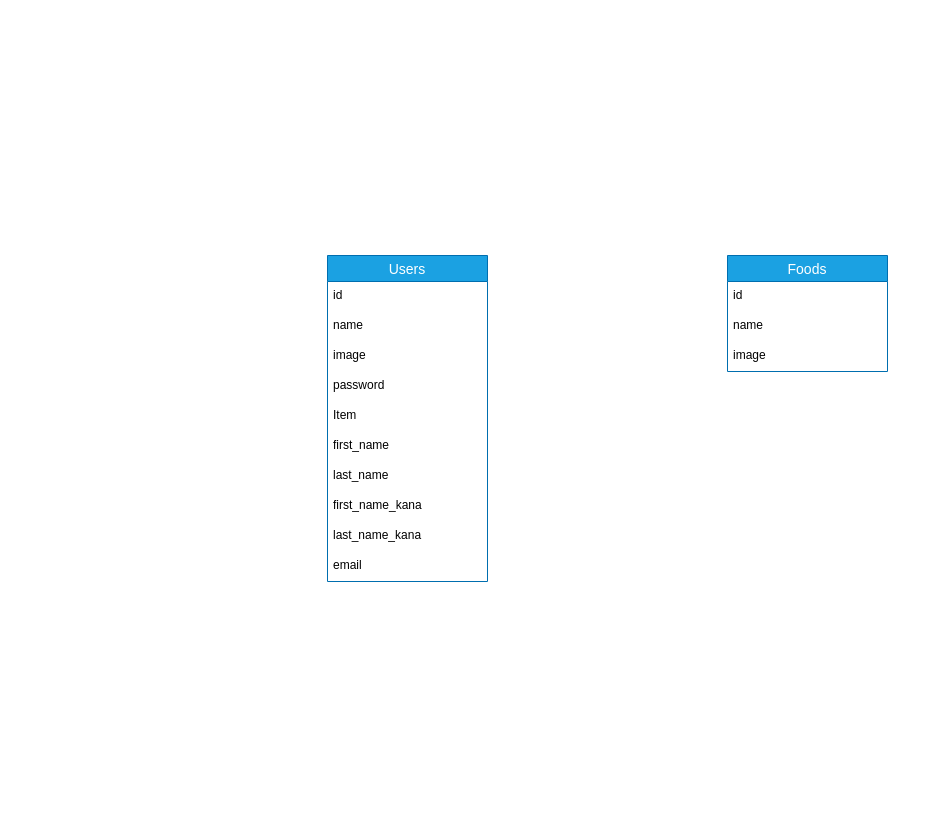
Before: DB.dio in kiiii8r/Cooking_memo, a draw.io diagram. Source tidied: cells renumbered, new cells numbered last; positions are measured from the earlier drawing's top-left corner, leaving out a move shared by most shapes. Both pictures are drawn from the tidied source at 100%, with x=0, y=0 at pixel (327, 255).
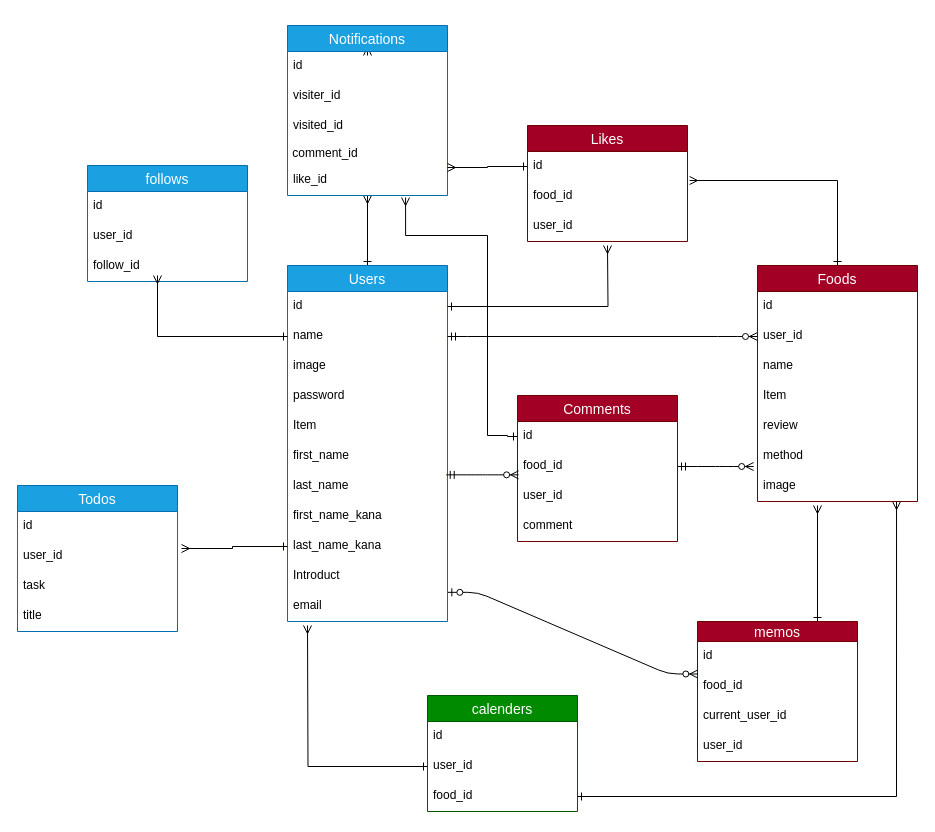
The same page after the edit.

Unchanged cells that the change refers to:
```xml
<mxCell id="9" value="last_name" style="text;strokeColor=none;fillColor=none;spacingLeft=4;spacingRight=4;overflow=hidden;points=[[0,0.5],[1,0.5]];portConstraint=eastwest;fontSize=12;" parent="2" vertex="1">
  <mxGeometry y="206" width="160" height="30" as="geometry" />
</mxCell>
<mxCell id="11" value="last_name_kana" style="text;strokeColor=none;fillColor=none;spacingLeft=4;spacingRight=4;overflow=hidden;points=[[0,0.5],[1,0.5]];portConstraint=eastwest;fontSize=12;" parent="2" vertex="1">
  <mxGeometry y="266" width="160" height="30" as="geometry" />
</mxCell>
```

Change to the diagram source:
```diff
@@
+    <mxCell id="17" style="edgeStyle=orthogonalEdgeStyle;rounded=0;jettySize=auto;html=1;exitX=0.5;exitY=0;exitDx=0;exitDy=0;entryX=0.5;entryY=1;entryDx=0;entryDy=0;entryPerimeter=0;startArrow=ERone;startFill=0;endArrow=ERmany;endFill=0;" parent="1" edge="1" source="2" target="53">
+      <mxGeometry relative="1" as="geometry" />
+    </mxCell>
     <mxCell id="2" value="Users" style="swimlane;fontStyle=0;horizontal=1;startSize=26;align=center;fontSize=14;fillColor=#1ba1e2;strokeColor=#006EAF;fontColor=#ffffff;" parent="1" vertex="1">
-      <mxGeometry width="160" height="326" as="geometry" />
+      <mxGeometry x="-40" y="10" width="160" height="356" as="geometry" />
     </mxCell>
-    <mxCell id="3" value="id" style="text;strokeColor=none;fillColor=none;spacingLeft=4;spacingRight=4;overflow=hidden;fontSize=12;" parent="2" vertex="1">
-      <mxGeometry y="26" width="160" height="30" as="geometry" />
-    </mxCell>
-    <mxCell id="4" value="name" style="text;strokeColor=none;fillColor=none;spacingLeft=4;spacingRight=4;overflow=hidden;fontSize=12;" parent="2" vertex="1">
-      <mxGeometry y="56" width="160" height="30" as="geometry" />
-    </mxCell>
-    <mxCell id="5" value="image" style="text;strokeColor=none;fillColor=none;spacingLeft=4;spacingRight=4;overflow=hidden;fontSize=12;" parent="2" vertex="1">
-      <mxGeometry y="86" width="160" height="30" as="geometry" />
-    </mxCell>
+    <mxCell id="18" value="id" style="text;strokeColor=none;fillColor=none;spacingLeft=4;spacingRight=4;overflow=hidden;points=[[0,0.5],[1,0.5]];portConstraint=eastwest;fontSize=12;" parent="2" vertex="1">
+      <mxGeometry y="26" width="160" height="30" as="geometry" />
+    </mxCell>
+    <mxCell id="19" value="name" style="text;strokeColor=none;fillColor=none;spacingLeft=4;spacingRight=4;overflow=hidden;points=[[0,0.5],[1,0.5]];portConstraint=eastwest;fontSize=12;" parent="2" vertex="1">
+      <mxGeometry y="56" width="160" height="30" as="geometry" />
+    </mxCell>
+    <mxCell id="20" value="image" style="text;strokeColor=none;fillColor=none;spacingLeft=4;spacingRight=4;overflow=hidden;fontSize=12;" parent="2" vertex="1">
+      <mxGeometry y="86" width="160" height="30" as="geometry" />
+    </mxCell>
@@
+    <mxCell id="21" value="Introduct" style="text;strokeColor=none;fillColor=none;spacingLeft=4;spacingRight=4;overflow=hidden;fontSize=12;" parent="2" vertex="1">
+      <mxGeometry y="296" width="160" height="30" as="geometry" />
+    </mxCell>
     <mxCell id="12" value="email" style="text;strokeColor=none;fillColor=none;spacingLeft=4;spacingRight=4;overflow=hidden;points=[[0,0.5],[1,0.5]];portConstraint=eastwest;fontSize=12;" parent="2" vertex="1">
-      <mxGeometry y="296" width="160" height="30" as="geometry" />
+      <mxGeometry y="326" width="160" height="30" as="geometry" />
     </mxCell>
+    <mxCell id="22" style="edgeStyle=orthogonalEdgeStyle;rounded=0;jettySize=auto;html=1;exitX=0.5;exitY=0;exitDx=0;exitDy=0;entryX=1.013;entryY=-0.033;entryDx=0;entryDy=0;entryPerimeter=0;startArrow=ERone;startFill=0;endArrow=ERmany;endFill=0;" parent="1" edge="1" source="13" target="56">
+      <mxGeometry relative="1" as="geometry">
+        <Array as="points">
+          <mxPoint x="510" y="-75" />
+        </Array>
+      </mxGeometry>
+    </mxCell>
-    <mxCell id="13" value="Foods" style="swimlane;fontStyle=0;horizontal=1;startSize=26;align=center;fontSize=14;fillColor=#1ba1e2;strokeColor=#006EAF;fontColor=#ffffff;" parent="1" vertex="1">
-      <mxGeometry x="400" width="160" height="116" as="geometry" />
+    <mxCell id="13" value="Foods" style="swimlane;fontStyle=0;horizontal=1;startSize=26;align=center;fontSize=14;fillColor=#a20025;strokeColor=#6F0000;fontColor=#ffffff;" parent="1" vertex="1">
+      <mxGeometry x="430" y="10" width="160" height="236" as="geometry" />
     </mxCell>
-    <mxCell id="14" value="id" style="text;strokeColor=none;fillColor=none;spacingLeft=4;spacingRight=4;overflow=hidden;fontSize=12;" parent="13" vertex="1">
-      <mxGeometry y="26" width="160" height="30" as="geometry" />
-    </mxCell>
-    <mxCell id="15" value="name" style="text;strokeColor=none;fillColor=none;spacingLeft=4;spacingRight=4;overflow=hidden;fontSize=12;" parent="13" vertex="1">
-      <mxGeometry y="56" width="160" height="30" as="geometry" />
-    </mxCell>
-    <mxCell id="16" value="image" style="text;strokeColor=none;fillColor=none;spacingLeft=4;spacingRight=4;overflow=hidden;fontSize=12;" parent="13" vertex="1">
-      <mxGeometry y="86" width="160" height="30" as="geometry" />
-    </mxCell>
+    <mxCell id="23" value="id" style="text;strokeColor=none;fillColor=none;spacingLeft=4;spacingRight=4;overflow=hidden;fontSize=12;" parent="13" vertex="1">
+      <mxGeometry y="26" width="160" height="30" as="geometry" />
+    </mxCell>
+    <mxCell id="24" value="user_id" style="text;strokeColor=none;fillColor=none;spacingLeft=4;spacingRight=4;overflow=hidden;points=[[0,0.5],[1,0.5]];portConstraint=eastwest;fontSize=12;" parent="13" vertex="1">
+      <mxGeometry y="56" width="160" height="30" as="geometry" />
+    </mxCell>
+    <mxCell id="25" value="name" style="text;strokeColor=none;fillColor=none;spacingLeft=4;spacingRight=4;overflow=hidden;fontSize=12;" parent="13" vertex="1">
+      <mxGeometry y="86" width="160" height="30" as="geometry" />
+    </mxCell>
+    <mxCell id="26" value="Item" style="text;strokeColor=none;fillColor=none;spacingLeft=4;spacingRight=4;overflow=hidden;fontSize=12;" parent="13" vertex="1">
+      <mxGeometry y="116" width="160" height="30" as="geometry" />
+    </mxCell>
+    <mxCell id="27" value="review" style="text;strokeColor=none;fillColor=none;spacingLeft=4;spacingRight=4;overflow=hidden;fontSize=12;" parent="13" vertex="1">
+      <mxGeometry y="146" width="160" height="30" as="geometry" />
+    </mxCell>
+    <mxCell id="28" value="method" style="text;strokeColor=none;fillColor=none;spacingLeft=4;spacingRight=4;overflow=hidden;points=[[0,0.5],[1,0.5]];portConstraint=eastwest;fontSize=12;" parent="13" vertex="1">
+      <mxGeometry y="176" width="160" height="30" as="geometry" />
+    </mxCell>
+    <mxCell id="29" value="image" style="text;strokeColor=none;fillColor=none;spacingLeft=4;spacingRight=4;overflow=hidden;points=[[0,0.5],[1,0.5]];portConstraint=eastwest;fontSize=12;" parent="13" vertex="1">
+      <mxGeometry y="206" width="160" height="30" as="geometry" />
+    </mxCell>
+    <mxCell id="30" style="edgeStyle=orthogonalEdgeStyle;rounded=0;jettySize=auto;html=1;exitX=0;exitY=0.5;exitDx=0;exitDy=0;startArrow=ERone;startFill=0;endArrow=ERmany;endFill=0;entryX=0.738;entryY=1.067;entryDx=0;entryDy=0;entryPerimeter=0;" parent="1" edge="1" source="32" target="53">
+      <mxGeometry relative="1" as="geometry">
+        <Array as="points">
+          <mxPoint x="180" y="181" />
+          <mxPoint x="180" y="180" />
+          <mxPoint x="160" y="180" />
+          <mxPoint x="160" y="-20" />
+          <mxPoint x="78" y="-20" />
+        </Array>
+      </mxGeometry>
+    </mxCell>
+    <mxCell id="31" value="Comments" style="swimlane;fontStyle=0;horizontal=1;startSize=26;align=center;fontSize=14;fillColor=#a20025;strokeColor=#6F0000;fontColor=#ffffff;" parent="1" vertex="1">
+      <mxGeometry x="190" y="140" width="160" height="146" as="geometry" />
+    </mxCell>
+    <mxCell id="32" value="id" style="text;strokeColor=none;fillColor=none;spacingLeft=4;spacingRight=4;overflow=hidden;points=[[0,0.5],[1,0.5]];portConstraint=eastwest;fontSize=12;" parent="31" vertex="1">
+      <mxGeometry y="26" width="160" height="30" as="geometry" />
+    </mxCell>
+    <mxCell id="33" value="food_id" style="text;strokeColor=none;fillColor=none;spacingLeft=4;spacingRight=4;overflow=hidden;points=[[0,0.5],[1,0.5]];portConstraint=eastwest;fontSize=12;" parent="31" vertex="1">
+      <mxGeometry y="56" width="160" height="30" as="geometry" />
+    </mxCell>
+    <mxCell id="34" value="user_id" style="text;strokeColor=none;fillColor=none;spacingLeft=4;spacingRight=4;overflow=hidden;fontSize=12;" parent="31" vertex="1">
+      <mxGeometry y="86" width="160" height="30" as="geometry" />
+    </mxCell>
+    <mxCell id="35" value="comment" style="text;strokeColor=none;fillColor=none;spacingLeft=4;spacingRight=4;overflow=hidden;fontSize=12;" parent="31" vertex="1">
+      <mxGeometry y="116" width="160" height="30" as="geometry" />
+    </mxCell>
+    <mxCell id="36" value="Todos" style="swimlane;fontStyle=0;horizontal=1;startSize=26;align=center;fontSize=14;fillColor=#1ba1e2;strokeColor=#006EAF;fontColor=#ffffff;" parent="1" vertex="1">
+      <mxGeometry x="-310" y="230" width="160" height="146" as="geometry" />
+    </mxCell>
+    <mxCell id="37" value="id" style="text;strokeColor=none;fillColor=none;spacingLeft=4;spacingRight=4;overflow=hidden;fontSize=12;" parent="36" vertex="1">
+      <mxGeometry y="26" width="160" height="30" as="geometry" />
+    </mxCell>
+    <mxCell id="38" value="user_id" style="text;strokeColor=none;fillColor=none;spacingLeft=4;spacingRight=4;overflow=hidden;points=[[0,0.5],[1,0.5]];portConstraint=eastwest;fontSize=12;" parent="36" vertex="1">
+      <mxGeometry y="56" width="160" height="30" as="geometry" />
+    </mxCell>
+    <mxCell id="39" value="task" style="text;strokeColor=none;fillColor=none;spacingLeft=4;spacingRight=4;overflow=hidden;fontSize=12;" parent="36" vertex="1">
+      <mxGeometry y="86" width="160" height="30" as="geometry" />
+    </mxCell>
+    <mxCell id="40" value="title" style="text;strokeColor=none;fillColor=none;spacingLeft=4;spacingRight=4;overflow=hidden;fontSize=12;" parent="36" vertex="1">
+      <mxGeometry y="116" width="160" height="30" as="geometry" />
+    </mxCell>
+    <mxCell id="41" style="edgeStyle=orthogonalEdgeStyle;rounded=0;jettySize=auto;html=1;exitX=0.75;exitY=0;exitDx=0;exitDy=0;startArrow=ERone;startFill=0;endArrow=ERmany;endFill=0;" parent="1" edge="1" source="42">
+      <mxGeometry relative="1" as="geometry">
+        <mxPoint x="490" y="250" as="targetPoint" />
+      </mxGeometry>
+    </mxCell>
+    <mxCell id="42" value="memos" style="swimlane;fontStyle=0;horizontal=1;startSize=20;align=center;fontSize=14;fillColor=#a20025;strokeColor=#6F0000;fontColor=#ffffff;" parent="1" vertex="1">
+      <mxGeometry x="370" y="366" width="160" height="140" as="geometry" />
+    </mxCell>
+    <mxCell id="43" value="id" style="text;strokeColor=none;fillColor=none;spacingLeft=4;spacingRight=4;overflow=hidden;points=[[0,0.5],[1,0.5]];portConstraint=eastwest;fontSize=12;" parent="42" vertex="1">
+      <mxGeometry y="20" width="160" height="30" as="geometry" />
+    </mxCell>
+    <mxCell id="44" value="food_id" style="text;strokeColor=none;fillColor=none;spacingLeft=4;spacingRight=4;overflow=hidden;fontSize=12;" parent="42" vertex="1">
+      <mxGeometry y="50" width="160" height="30" as="geometry" />
+    </mxCell>
+    <mxCell id="45" value="current_user_id" style="text;strokeColor=none;fillColor=none;spacingLeft=4;spacingRight=4;overflow=hidden;fontSize=12;" parent="42" vertex="1">
+      <mxGeometry y="80" width="160" height="30" as="geometry" />
+    </mxCell>
+    <mxCell id="46" value="user_id" style="text;strokeColor=none;fillColor=none;spacingLeft=4;spacingRight=4;overflow=hidden;fontSize=12;" parent="42" vertex="1">
+      <mxGeometry y="110" width="160" height="30" as="geometry" />
+    </mxCell>
+    <mxCell id="47" style="edgeStyle=orthogonalEdgeStyle;rounded=0;jettySize=auto;html=1;exitX=0.5;exitY=0;exitDx=0;exitDy=0;startArrow=ERone;startFill=0;endArrow=ERmany;endFill=0;" parent="1" edge="1" source="48">
+      <mxGeometry relative="1" as="geometry">
+        <mxPoint x="40" y="-200" as="targetPoint" />
+      </mxGeometry>
+    </mxCell>
+    <mxCell id="48" value="Notifications" style="swimlane;fontStyle=0;horizontal=1;startSize=26;align=center;fontSize=14;fillColor=#1ba1e2;strokeColor=#006EAF;fontColor=#ffffff;" parent="1" vertex="1">
+      <mxGeometry x="-40" y="-230" width="160" height="170" as="geometry" />
+    </mxCell>
+    <mxCell id="49" value="id" style="text;strokeColor=none;fillColor=none;spacingLeft=4;spacingRight=4;overflow=hidden;fontSize=12;" parent="48" vertex="1">
+      <mxGeometry y="26" width="160" height="30" as="geometry" />
+    </mxCell>
+    <mxCell id="50" value="visiter_id" style="text;strokeColor=none;fillColor=none;spacingLeft=4;spacingRight=4;overflow=hidden;fontSize=12;" parent="48" vertex="1">
+      <mxGeometry y="56" width="160" height="30" as="geometry" />
+    </mxCell>
+    <mxCell id="51" value="visited_id" style="text;strokeColor=none;fillColor=none;spacingLeft=4;spacingRight=4;overflow=hidden;fontSize=12;" parent="48" vertex="1">
+      <mxGeometry y="86" width="160" height="30" as="geometry" />
+    </mxCell>
+    <mxCell id="52" value="&amp;nbsp;comment_id" style="text;html=1;strokeColor=none;fillColor=none;align=left;verticalAlign=middle;whiteSpace=wrap;rounded=0;" parent="48" vertex="1">
+      <mxGeometry y="116" width="160" height="24" as="geometry" />
+    </mxCell>
+    <mxCell id="53" value="like_id" style="text;strokeColor=none;fillColor=none;spacingLeft=4;spacingRight=4;overflow=hidden;points=[[0,0.5],[1,0.5]];portConstraint=eastwest;fontSize=12;" parent="48" vertex="1">
+      <mxGeometry y="140" width="160" height="30" as="geometry" />
+    </mxCell>
+    <mxCell id="54" value="Likes" style="swimlane;fontStyle=0;horizontal=1;startSize=26;align=center;fontSize=14;fillColor=#a20025;strokeColor=#6F0000;fontColor=#ffffff;" parent="1" vertex="1">
+      <mxGeometry x="200" y="-130" width="160" height="116" as="geometry" />
+    </mxCell>
+    <mxCell id="55" value="id" style="text;strokeColor=none;fillColor=none;spacingLeft=4;spacingRight=4;overflow=hidden;points=[[0,0.5],[1,0.5]];portConstraint=eastwest;fontSize=12;" parent="54" vertex="1">
+      <mxGeometry y="26" width="160" height="30" as="geometry" />
+    </mxCell>
+    <mxCell id="56" value="food_id" style="text;strokeColor=none;fillColor=none;spacingLeft=4;spacingRight=4;overflow=hidden;points=[[0,0.5],[1,0.5]];portConstraint=eastwest;fontSize=12;" parent="54" vertex="1">
+      <mxGeometry y="56" width="160" height="30" as="geometry" />
+    </mxCell>
+    <mxCell id="57" value="user_id" style="text;strokeColor=none;fillColor=none;spacingLeft=4;spacingRight=4;overflow=hidden;fontSize=12;" parent="54" vertex="1">
+      <mxGeometry y="86" width="160" height="30" as="geometry" />
+    </mxCell>
+    <mxCell id="58" value="follows" style="swimlane;fontStyle=0;horizontal=1;startSize=26;align=center;fontSize=14;fillColor=#1ba1e2;strokeColor=#006EAF;fontColor=#ffffff;" parent="1" vertex="1">
+      <mxGeometry x="-240" y="-90" width="160" height="116" as="geometry" />
+    </mxCell>
+    <mxCell id="59" value="id" style="text;strokeColor=none;fillColor=none;spacingLeft=4;spacingRight=4;overflow=hidden;fontSize=12;" parent="58" vertex="1">
+      <mxGeometry y="26" width="160" height="30" as="geometry" />
+    </mxCell>
+    <mxCell id="60" value="user_id" style="text;strokeColor=none;fillColor=none;spacingLeft=4;spacingRight=4;overflow=hidden;fontSize=12;" parent="58" vertex="1">
+      <mxGeometry y="56" width="160" height="30" as="geometry" />
+    </mxCell>
+    <mxCell id="61" value="follow_id" style="text;strokeColor=none;fillColor=none;spacingLeft=4;spacingRight=4;overflow=hidden;fontSize=12;" parent="58" vertex="1">
+      <mxGeometry y="86" width="160" height="30" as="geometry" />
+    </mxCell>
+    <mxCell id="62" value="calenders" style="swimlane;fontStyle=0;horizontal=1;startSize=26;align=center;fontSize=14;fillColor=#008a00;strokeColor=#005700;fontColor=#ffffff;" parent="1" vertex="1">
+      <mxGeometry x="100" y="440" width="150" height="116" as="geometry" />
+    </mxCell>
+    <mxCell id="63" value="id" style="text;strokeColor=none;fillColor=none;spacingLeft=4;spacingRight=4;overflow=hidden;fontSize=12;" parent="62" vertex="1">
+      <mxGeometry y="26" width="150" height="30" as="geometry" />
+    </mxCell>
+    <mxCell id="64" value="user_id" style="text;strokeColor=none;fillColor=none;spacingLeft=4;spacingRight=4;overflow=hidden;points=[[0,0.5],[1,0.5]];portConstraint=eastwest;fontSize=12;" parent="62" vertex="1">
+      <mxGeometry y="56" width="150" height="30" as="geometry" />
+    </mxCell>
+    <mxCell id="65" value="food_id" style="text;strokeColor=none;fillColor=none;spacingLeft=4;spacingRight=4;overflow=hidden;points=[[0,0.5],[1,0.5]];portConstraint=eastwest;fontSize=12;" parent="62" vertex="1">
+      <mxGeometry y="86" width="150" height="30" as="geometry" />
+    </mxCell>
+    <mxCell id="66" style="edgeStyle=entityRelationEdgeStyle;fontSize=12;html=1;endArrow=ERzeroToMany;startArrow=ERmandOne;exitX=1;exitY=0.5;exitDx=0;exitDy=0;entryX=0;entryY=0.5;entryDx=0;entryDy=0;" parent="1" edge="1" source="19" target="24">
+      <mxGeometry relative="1" as="geometry" />
+    </mxCell>
+    <mxCell id="67" style="edgeStyle=entityRelationEdgeStyle;fontSize=12;html=1;endArrow=ERzeroToMany;startArrow=ERmandOne;exitX=1;exitY=0.5;exitDx=0;exitDy=0;entryX=-0.024;entryY=0.833;entryDx=0;entryDy=0;entryPerimeter=0;" parent="1" edge="1" source="33" target="28">
+      <mxGeometry relative="1" as="geometry" />
+    </mxCell>
+    <mxCell id="68" style="edgeStyle=entityRelationEdgeStyle;fontSize=12;html=1;endArrow=ERzeroToMany;startArrow=ERzeroToOne;exitX=1.002;exitY=0.028;exitDx=0;exitDy=0;exitPerimeter=0;entryX=0.002;entryY=1.083;entryDx=0;entryDy=0;entryPerimeter=0;" parent="1" edge="1" source="12" target="43">
+      <mxGeometry relative="1" as="geometry" />
+    </mxCell>
+    <mxCell id="69" value="&lt;br&gt;" style="edgeStyle=entityRelationEdgeStyle;fontSize=12;html=1;endArrow=ERzeroToMany;startArrow=ERmandOne;exitX=0.992;exitY=0.111;exitDx=0;exitDy=0;exitPerimeter=0;entryX=0.007;entryY=0.778;entryDx=0;entryDy=0;entryPerimeter=0;" parent="1" edge="1" source="9" target="33">
+      <mxGeometry x="0.03" y="59" relative="1" as="geometry" />
+    </mxCell>
+    <mxCell id="70" style="edgeStyle=orthogonalEdgeStyle;rounded=0;jettySize=auto;html=1;exitX=1;exitY=0.5;exitDx=0;exitDy=0;endArrow=ERmany;endFill=0;startArrow=ERone;startFill=0;" parent="1" edge="1" source="18">
+      <mxGeometry relative="1" as="geometry">
+        <mxPoint x="280" y="-10" as="targetPoint" />
+      </mxGeometry>
+    </mxCell>
+    <mxCell id="71" style="edgeStyle=orthogonalEdgeStyle;rounded=0;jettySize=auto;html=1;exitX=0;exitY=0.5;exitDx=0;exitDy=0;startArrow=ERone;startFill=0;endArrow=ERmany;endFill=0;" parent="1" edge="1" source="64">
+      <mxGeometry relative="1" as="geometry">
+        <mxPoint x="-20" y="370" as="targetPoint" />
+      </mxGeometry>
+    </mxCell>
+    <mxCell id="72" style="edgeStyle=orthogonalEdgeStyle;rounded=0;jettySize=auto;html=1;exitX=1;exitY=0.5;exitDx=0;exitDy=0;startArrow=ERone;startFill=0;endArrow=ERmany;endFill=0;entryX=0.869;entryY=1;entryDx=0;entryDy=0;entryPerimeter=0;" parent="1" edge="1" source="65" target="29">
+      <mxGeometry relative="1" as="geometry" />
+    </mxCell>
+    <mxCell id="73" style="edgeStyle=orthogonalEdgeStyle;rounded=0;jettySize=auto;html=1;exitX=0;exitY=0.5;exitDx=0;exitDy=0;startArrow=ERone;startFill=0;endArrow=ERmany;endFill=0;" parent="1" edge="1" source="19">
+      <mxGeometry relative="1" as="geometry">
+        <mxPoint x="-170" y="20" as="targetPoint" />
+        <Array as="points">
+          <mxPoint x="-170" y="81" />
+        </Array>
+      </mxGeometry>
+    </mxCell>
+    <mxCell id="74" style="edgeStyle=orthogonalEdgeStyle;rounded=0;jettySize=auto;html=1;exitX=0;exitY=0.5;exitDx=0;exitDy=0;entryX=1;entryY=0.067;entryDx=0;entryDy=0;entryPerimeter=0;startArrow=ERone;startFill=0;endArrow=ERmany;endFill=0;" parent="1" edge="1" source="55" target="53">
+      <mxGeometry relative="1" as="geometry" />
+    </mxCell>
+    <mxCell id="75" style="edgeStyle=orthogonalEdgeStyle;rounded=0;jettySize=auto;html=1;exitX=0;exitY=0.5;exitDx=0;exitDy=0;entryX=1.025;entryY=0.233;entryDx=0;entryDy=0;entryPerimeter=0;startArrow=ERone;startFill=0;endArrow=ERmany;endFill=0;" parent="1" edge="1" source="11" target="38">
+      <mxGeometry relative="1" as="geometry" />
+    </mxCell>
```
